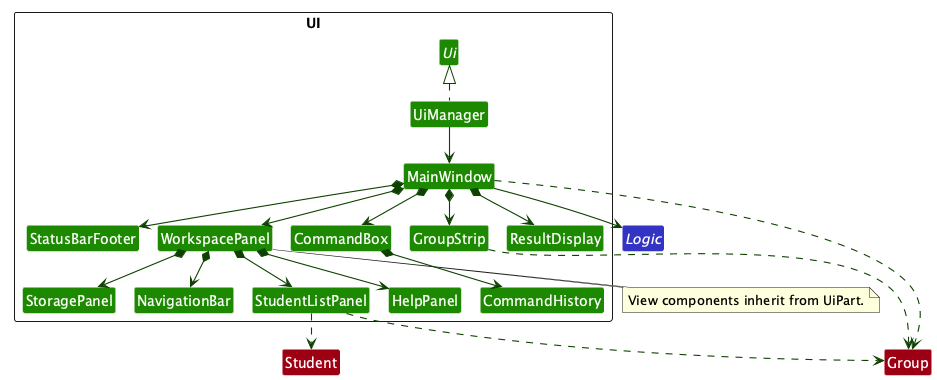
AY2627S1-CS2103T-T12-4/tp keeps this PlantUML diagram as docs/images/UiClassDiagram.png. Above is the earlier version.
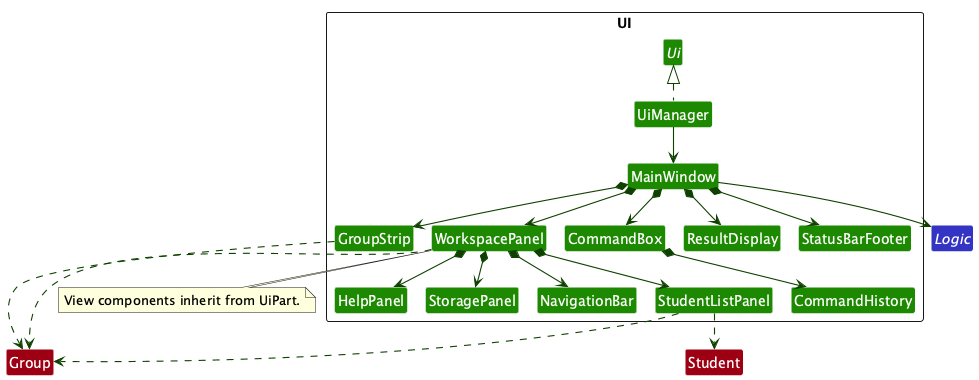
Later version of the same file.

Commit message:
Correct the UI diagram group dependency

The edit, as a diff of the source:
```diff
@@ -48,7 +48,7 @@
 class Group #9D0012
 class Student #9D0012
 MainWindow --> Logic
-MainWindow ..> Group
+WorkspacePanel ..> Group
 StudentListPanel ..> Group
 GroupStrip ..> Group
 StudentListPanel ..> Student
```
